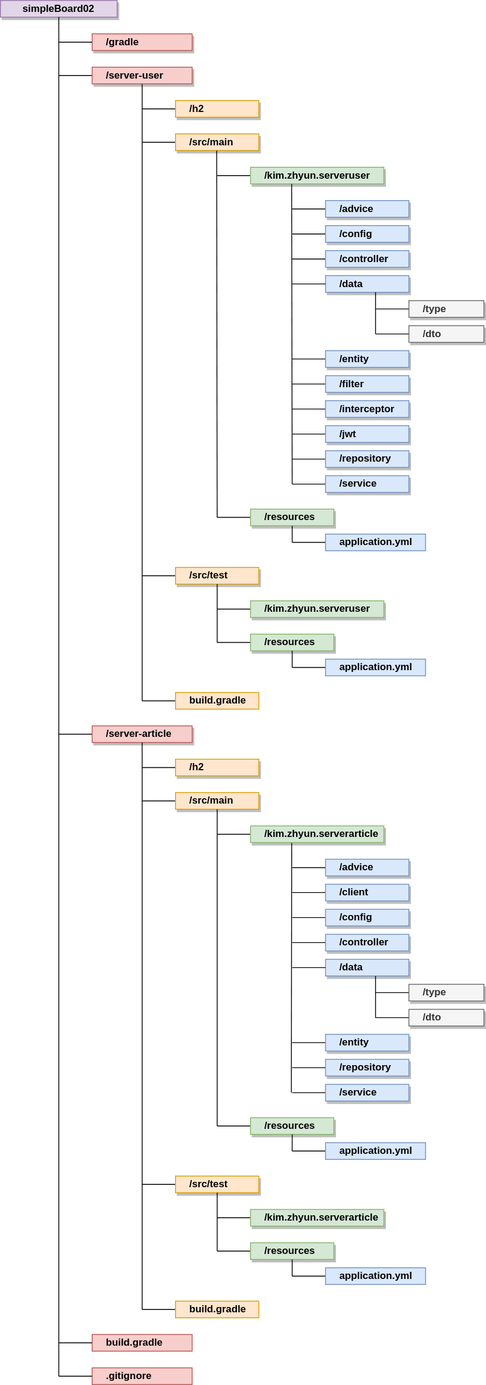
Before: docs/프로젝트 구조.svg, a diagram exported from draw.io (zhyun-project/simple-board-02). Source tidied: cells renumbered, new cells last; positions are measured from the earlier drawing's top-left corner, leaving out a move shared by most shapes.
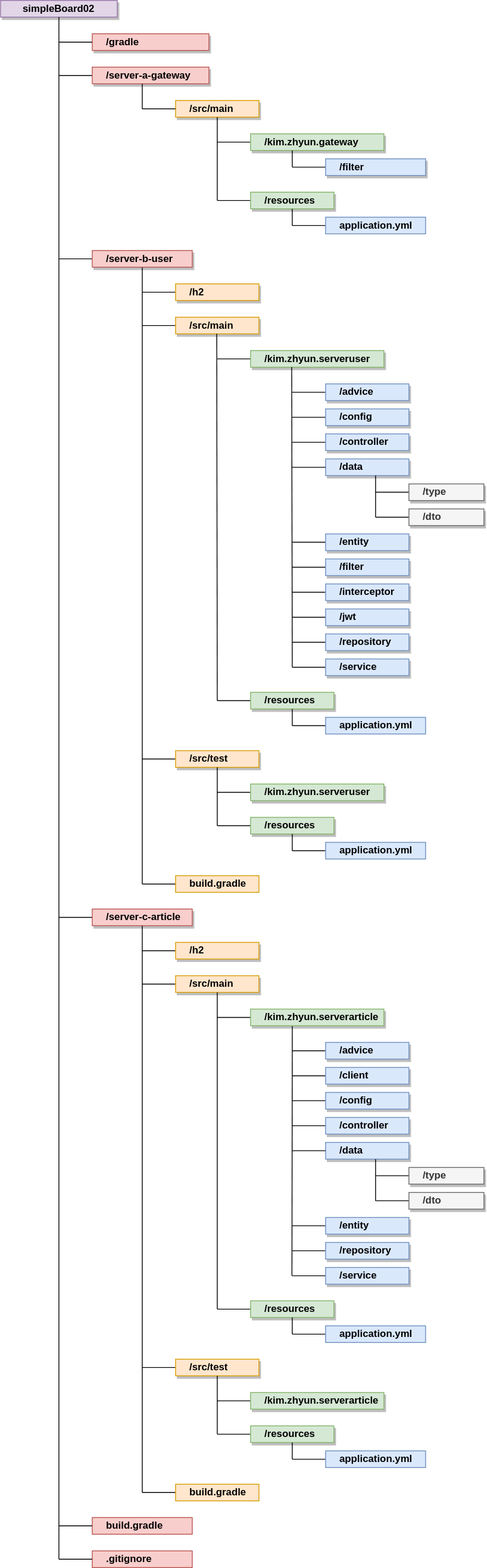
The same diagram one commit later.

Commit message:
docs : 프로젝트 구조 - gateway 추가 (#11)

issue key : SB2-4

Diff of the diagram source:
```diff
@@ -3,7 +3,7 @@
     <mxCell id="0" />
     <mxCell id="1" parent="0" />
     <mxCell id="2" value="simpleBoard02" style="rounded=0;whiteSpace=wrap;html=1;fillColor=#e1d5e7;strokeColor=#9673a6;fontStyle=1;shadow=1;" parent="1" vertex="1">
-      <mxGeometry width="140" height="20" as="geometry" />
+      <mxGeometry y="-220" width="140" height="20" as="geometry" />
     </mxCell>
     <mxCell id="3" style="endArrow=none;html=1;rounded=0;entryX=0.5;entryY=1;entryDx=0;entryDy=0;" parent="1" edge="1" target="2">
       <mxGeometry relative="1" as="geometry">
@@ -36,7 +36,7 @@
         <mxPoint x="70" y="90" as="sourcePoint" />
       </mxGeometry>
     </mxCell>
-    <mxCell id="10" value="/server-user" style="rounded=0;whiteSpace=wrap;html=1;fillColor=#f8cecc;strokeColor=#b85450;fontStyle=1;shadow=1;align=left;spacingLeft=15;" parent="1" vertex="1">
+    <mxCell id="10" value="/server-b-user" style="rounded=0;whiteSpace=wrap;html=1;fillColor=#f8cecc;strokeColor=#b85450;fontStyle=1;shadow=1;align=left;spacingLeft=15;" parent="1" vertex="1">
       <mxGeometry x="110" y="80" width="120" height="20" as="geometry" />
     </mxCell>
     <mxCell id="11" value="/data" style="rounded=0;whiteSpace=wrap;html=1;fillColor=#dae8fc;strokeColor=#6c8ebf;shadow=1;align=left;spacingLeft=15;fontStyle=1;" parent="1" vertex="1">
@@ -58,7 +58,7 @@
         <mxPoint x="70" y="880" as="sourcePoint" />
       </mxGeometry>
     </mxCell>
-    <mxCell id="15" value="/server-article" style="rounded=0;whiteSpace=wrap;html=1;fillColor=#f8cecc;strokeColor=#b85450;fontStyle=1;align=left;spacingLeft=15;shadow=1;" parent="1" vertex="1">
+    <mxCell id="15" value="/server-c-article" style="rounded=0;whiteSpace=wrap;html=1;fillColor=#f8cecc;strokeColor=#b85450;fontStyle=1;align=left;spacingLeft=15;shadow=1;" parent="1" vertex="1">
       <mxGeometry x="110" y="870" width="120" height="20" as="geometry" />
     </mxCell>
     <mxCell id="16" style="endArrow=none;html=1;rounded=0;entryX=0;entryY=0.5;entryDx=0;entryDy=0;" parent="1" edge="1" target="17">
@@ -225,8 +225,8 @@
     </mxCell>
     <mxCell id="55" style="endArrow=none;html=1;rounded=0;entryX=0.5;entryY=1;entryDx=0;entryDy=0;" parent="1" edge="1">
       <mxGeometry relative="1" as="geometry">
-        <mxPoint x="349" y="1310" as="sourcePoint" />
-        <mxPoint x="349.4" y="1010" as="targetPoint" />
+        <mxPoint x="349.6" y="1310" as="sourcePoint" />
+        <mxPoint x="350" y="1010" as="targetPoint" />
       </mxGeometry>
     </mxCell>
     <mxCell id="56" style="endArrow=none;html=1;rounded=0;entryX=0;entryY=0.5;entryDx=0;entryDy=0;" parent="1" edge="1" target="57">
@@ -449,11 +449,11 @@
       <mxGeometry x="390" y="1240" width="100" height="20" as="geometry" />
     </mxCell>
     <mxCell id="108" value="/gradle" style="rounded=0;whiteSpace=wrap;html=1;fillColor=#f8cecc;strokeColor=#b85450;align=left;spacingLeft=15;fontStyle=1;shadow=1;" parent="1" vertex="1">
-      <mxGeometry x="110" y="40" width="120" height="20" as="geometry" />
+      <mxGeometry x="110" y="-180" width="140" height="20" as="geometry" />
     </mxCell>
     <mxCell id="109" style="endArrow=none;html=1;rounded=0;entryX=0;entryY=0.5;entryDx=0;entryDy=0;" parent="1" edge="1" target="108">
       <mxGeometry relative="1" as="geometry">
-        <mxPoint x="70" y="50" as="sourcePoint" />
+        <mxPoint x="70" y="-170" as="sourcePoint" />
       </mxGeometry>
     </mxCell>
     <mxCell id="110" value=".gitignore" style="rounded=0;whiteSpace=wrap;html=1;fillColor=#f8cecc;strokeColor=#b85450;align=left;spacingLeft=15;fontStyle=1;" parent="1" vertex="1">
@@ -464,5 +464,83 @@
         <mxPoint x="70" y="1650" as="sourcePoint" />
       </mxGeometry>
     </mxCell>
+    <mxCell id="112" style="endArrow=none;html=1;rounded=0;entryX=0;entryY=0.5;entryDx=0;entryDy=0;" parent="1" edge="1" target="113">
+      <mxGeometry relative="1" as="geometry">
+        <mxPoint x="70" y="-130" as="sourcePoint" />
+      </mxGeometry>
+    </mxCell>
+    <mxCell id="113" value="/server-a-gateway" style="rounded=0;whiteSpace=wrap;html=1;fillColor=#f8cecc;strokeColor=#b85450;fontStyle=1;align=left;spacingLeft=15;shadow=1;" parent="1" vertex="1">
+      <mxGeometry x="110" y="-140" width="140" height="20" as="geometry" />
+    </mxCell>
+    <mxCell id="114" style="endArrow=none;html=1;rounded=0;entryX=0;entryY=0.5;entryDx=0;entryDy=0;" parent="1" edge="1" target="115">
+      <mxGeometry relative="1" as="geometry">
+        <mxPoint x="170" y="-90" as="sourcePoint" />
+      </mxGeometry>
+    </mxCell>
+    <mxCell id="115" value="/src/main" style="rounded=0;whiteSpace=wrap;html=1;fillColor=#ffe6cc;strokeColor=#d79b00;spacingLeft=15;align=left;fontStyle=1;horizontal=1;verticalAlign=middle;fontFamily=Helvetica;shadow=1;" parent="1" vertex="1">
+      <mxGeometry x="210" y="-100" width="100" height="20" as="geometry" />
+    </mxCell>
+    <mxCell id="116" style="endArrow=none;html=1;rounded=0;entryX=0.5;entryY=1;entryDx=0;entryDy=0;" parent="1" edge="1">
+      <mxGeometry relative="1" as="geometry">
+        <mxPoint x="170" y="-90" as="sourcePoint" />
+        <mxPoint x="170" y="-120" as="targetPoint" />
+      </mxGeometry>
+    </mxCell>
+    <mxCell id="117" style="endArrow=none;html=1;rounded=0;entryX=0;entryY=0.5;entryDx=0;entryDy=0;" parent="1" edge="1">
+      <mxGeometry relative="1" as="geometry">
+        <mxPoint x="170" y="-90" as="sourcePoint" />
+        <mxPoint x="210" y="-90" as="targetPoint" />
+      </mxGeometry>
+    </mxCell>
+    <mxCell id="118" style="endArrow=none;html=1;rounded=0;entryX=0;entryY=0.5;entryDx=0;entryDy=0;" parent="1" edge="1" target="119">
+      <mxGeometry relative="1" as="geometry">
+        <mxPoint x="260" y="-50" as="sourcePoint" />
+      </mxGeometry>
+    </mxCell>
+    <mxCell id="119" value="/kim.zhyun.gateway" style="rounded=0;whiteSpace=wrap;html=1;fillColor=#d5e8d4;strokeColor=#82b366;shadow=1;align=left;spacingLeft=15;fontStyle=1;" parent="1" vertex="1">
+      <mxGeometry x="300" y="-60" width="160" height="20" as="geometry" />
+    </mxCell>
+    <mxCell id="120" style="endArrow=none;html=1;rounded=0;entryX=0.5;entryY=1;entryDx=0;entryDy=0;" parent="1" edge="1">
+      <mxGeometry relative="1" as="geometry">
+        <mxPoint x="260" y="20" as="sourcePoint" />
+        <mxPoint x="260" y="-80" as="targetPoint" />
+      </mxGeometry>
+    </mxCell>
+    <mxCell id="121" style="endArrow=none;html=1;rounded=0;entryX=0;entryY=0.5;entryDx=0;entryDy=0;" parent="1" edge="1" target="122">
+      <mxGeometry relative="1" as="geometry">
+        <mxPoint x="260" y="20" as="sourcePoint" />
+      </mxGeometry>
+    </mxCell>
+    <mxCell id="122" value="/resources" style="rounded=0;whiteSpace=wrap;html=1;fillColor=#d5e8d4;strokeColor=#82b366;align=left;spacingLeft=15;fontStyle=1;shadow=1;" parent="1" vertex="1">
+      <mxGeometry x="300" y="10" width="100" height="20" as="geometry" />
+    </mxCell>
+    <mxCell id="123" style="endArrow=none;html=1;rounded=0;entryX=0;entryY=0.5;entryDx=0;entryDy=0;" parent="1" edge="1" target="124">
+      <mxGeometry relative="1" as="geometry">
+        <mxPoint x="350" y="50" as="sourcePoint" />
+      </mxGeometry>
+    </mxCell>
+    <mxCell id="124" value="application.yml" style="rounded=0;whiteSpace=wrap;html=1;fillColor=#dae8fc;strokeColor=#6c8ebf;shadow=0;align=left;spacingLeft=15;fontStyle=1;" parent="1" vertex="1">
+      <mxGeometry x="390" y="40" width="120" height="20" as="geometry" />
+    </mxCell>
+    <mxCell id="125" style="endArrow=none;html=1;rounded=0;entryX=0.5;entryY=1;entryDx=0;entryDy=0;" parent="1" edge="1">
+      <mxGeometry relative="1" as="geometry">
+        <mxPoint x="350" y="50" as="sourcePoint" />
+        <mxPoint x="350" y="30" as="targetPoint" />
+      </mxGeometry>
+    </mxCell>
+    <mxCell id="126" style="endArrow=none;html=1;rounded=0;entryX=0;entryY=0.5;entryDx=0;entryDy=0;" parent="1" edge="1" target="127">
+      <mxGeometry relative="1" as="geometry">
+        <mxPoint x="350" y="-20" as="sourcePoint" />
+      </mxGeometry>
+    </mxCell>
+    <mxCell id="127" value="/filter" style="rounded=0;whiteSpace=wrap;html=1;fillColor=#dae8fc;strokeColor=#6c8ebf;shadow=1;align=left;spacingLeft=15;fontStyle=1;" parent="1" vertex="1">
+      <mxGeometry x="390" y="-30" width="120" height="20" as="geometry" />
+    </mxCell>
+    <mxCell id="128" style="endArrow=none;html=1;rounded=0;entryX=0.5;entryY=1;entryDx=0;entryDy=0;" parent="1" edge="1">
+      <mxGeometry relative="1" as="geometry">
+        <mxPoint x="350" y="-20" as="sourcePoint" />
+        <mxPoint x="350" y="-40" as="targetPoint" />
+      </mxGeometry>
+    </mxCell>
   </root>
 </mxGraphModel>
```
